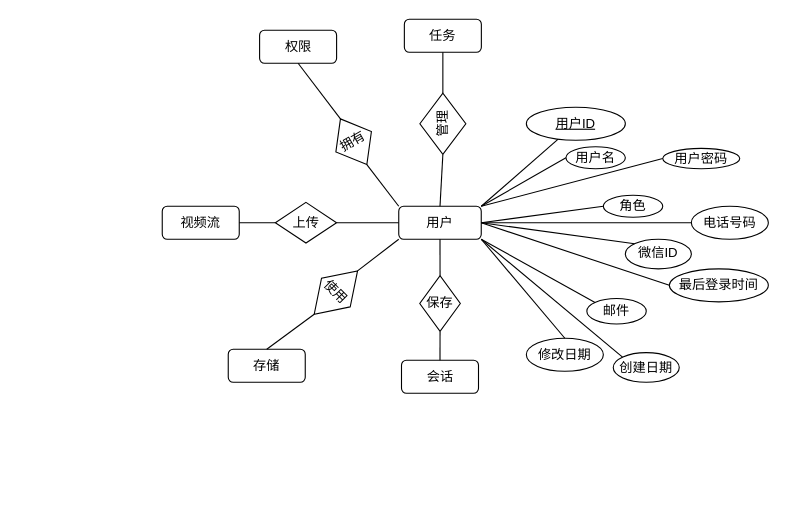
The draw.io diagram DrawIO_file/ER/用户表.drawio in DingDongZz/typera_PicGO, before the edit. Source tidied: cells renumbered, new cells numbered last; positions are measured from the earlier drawing's top-left corner, leaving out a move shared by most shapes. Both pictures are drawn from the tidied source at 110%, with x=0, y=0 at pixel (162, 19).
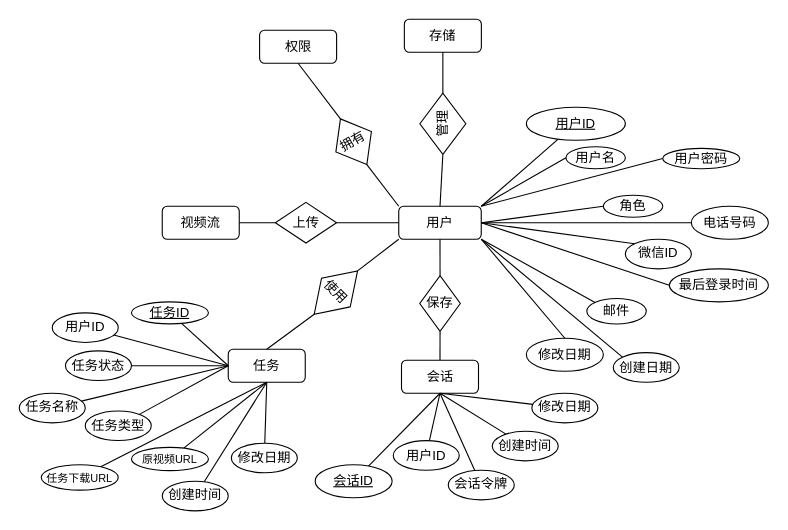
Above is the later version.

Commit message (it also covers changes not shown here):
更新用户表.drawio

Unchanged cells that the change refers to:
```xml
<mxCell id="22" value="会话" style="rounded=1;whiteSpace=wrap;html=1;strokeColor=default;align=center;verticalAlign=middle;fontFamily=Helvetica;fontSize=12;fontColor=default;fillColor=default;" parent="1" vertex="1">
  <mxGeometry x="217.5" y="310" width="70" height="30" as="geometry" />
</mxCell>
```

What changed in the source:
```diff
@@
-    <mxCell id="15" value="任务" style="rounded=1;whiteSpace=wrap;html=1;strokeColor=default;align=center;verticalAlign=middle;fontFamily=Helvetica;fontSize=12;fontColor=default;fillColor=default;" parent="1" vertex="1">
+    <mxCell id="15" value="存储" style="rounded=1;whiteSpace=wrap;html=1;strokeColor=default;align=center;verticalAlign=middle;fontFamily=Helvetica;fontSize=12;fontColor=default;fillColor=default;" parent="1" vertex="1">
       <mxGeometry x="220.1" width="70" height="30" as="geometry" />
     </mxCell>
-    <mxCell id="16" value="存储" style="rounded=1;whiteSpace=wrap;html=1;strokeColor=default;align=center;verticalAlign=middle;fontFamily=Helvetica;fontSize=12;fontColor=default;fillColor=default;" parent="1" vertex="1">
+    <mxCell id="16" value="任务" style="rounded=1;whiteSpace=wrap;html=1;strokeColor=default;align=center;verticalAlign=middle;fontFamily=Helvetica;fontSize=12;fontColor=default;fillColor=default;" parent="1" vertex="1">
       <mxGeometry x="60" y="300" width="70" height="30" as="geometry" />
     </mxCell>
@@
+    <mxCell id="43" style="rounded=0;jettySize=auto;html=1;entryX=0.5;entryY=1;entryDx=0;entryDy=0;endArrow=none;startFill=0;" parent="1" edge="1" source="44" target="22">
+      <mxGeometry relative="1" as="geometry" />
+    </mxCell>
+    <mxCell id="44" value="会话ID" style="ellipse;whiteSpace=wrap;html=1;fontStyle=4;" parent="1" vertex="1">
+      <mxGeometry x="139" y="405" width="70" height="30" as="geometry" />
+    </mxCell>
+    <mxCell id="45" style="edgeStyle=none;shape=connector;rounded=0;jettySize=auto;html=1;entryX=0.5;entryY=1;entryDx=0;entryDy=0;strokeColor=default;align=center;verticalAlign=middle;fontFamily=Helvetica;fontSize=11;fontColor=default;labelBackgroundColor=default;startFill=0;endArrow=none;" parent="1" edge="1" source="46" target="22">
+      <mxGeometry relative="1" as="geometry" />
+    </mxCell>
+    <mxCell id="46" value="用户ID" style="ellipse;whiteSpace=wrap;html=1;" parent="1" vertex="1">
+      <mxGeometry x="210" y="383.1" width="60" height="26.9" as="geometry" />
+    </mxCell>
+    <mxCell id="47" style="edgeStyle=none;shape=connector;rounded=0;jettySize=auto;html=1;entryX=0.5;entryY=1;entryDx=0;entryDy=0;strokeColor=default;align=center;verticalAlign=middle;fontFamily=Helvetica;fontSize=11;fontColor=default;labelBackgroundColor=default;startFill=0;endArrow=none;" parent="1" edge="1" source="48" target="22">
+      <mxGeometry relative="1" as="geometry" />
+    </mxCell>
+    <mxCell id="48" value="会话令牌" style="ellipse;whiteSpace=wrap;html=1;" parent="1" vertex="1">
+      <mxGeometry x="260" y="410" width="60" height="26.9" as="geometry" />
+    </mxCell>
+    <mxCell id="49" style="edgeStyle=none;shape=connector;rounded=0;jettySize=auto;html=1;entryX=0.5;entryY=1;entryDx=0;entryDy=0;strokeColor=default;align=center;verticalAlign=middle;fontFamily=Helvetica;fontSize=11;fontColor=default;labelBackgroundColor=default;startFill=0;endArrow=none;" parent="1" edge="1" source="50" target="22">
+      <mxGeometry relative="1" as="geometry" />
+    </mxCell>
+    <mxCell id="50" value="创建时间" style="ellipse;whiteSpace=wrap;html=1;" parent="1" vertex="1">
+      <mxGeometry x="300" y="374.6" width="60" height="26.9" as="geometry" />
+    </mxCell>
+    <mxCell id="51" style="edgeStyle=none;shape=connector;rounded=0;jettySize=auto;html=1;entryX=0.5;entryY=1;entryDx=0;entryDy=0;strokeColor=default;align=center;verticalAlign=middle;fontFamily=Helvetica;fontSize=11;fontColor=default;labelBackgroundColor=default;startFill=0;endArrow=none;" parent="1" edge="1" source="52" target="22">
+      <mxGeometry relative="1" as="geometry" />
+    </mxCell>
+    <mxCell id="52" value="修改日期" style="ellipse;whiteSpace=wrap;html=1;" parent="1" vertex="1">
+      <mxGeometry x="336" y="340" width="60" height="26.9" as="geometry" />
+    </mxCell>
+    <mxCell id="53" style="edgeStyle=none;shape=connector;rounded=0;jettySize=auto;html=1;strokeColor=default;align=center;verticalAlign=middle;fontFamily=Helvetica;fontSize=11;fontColor=default;labelBackgroundColor=default;startFill=0;endArrow=none;entryX=0;entryY=0.5;entryDx=0;entryDy=0;" parent="1" edge="1" source="54" target="16">
+      <mxGeometry relative="1" as="geometry" />
+    </mxCell>
+    <mxCell id="54" value="任务ID" style="ellipse;whiteSpace=wrap;html=1;fontStyle=4;" parent="1" vertex="1">
+      <mxGeometry x="-28" y="256.9" width="70" height="20" as="geometry" />
+    </mxCell>
+    <mxCell id="55" style="edgeStyle=none;shape=connector;rounded=0;jettySize=auto;html=1;entryX=0;entryY=0.5;entryDx=0;entryDy=0;strokeColor=default;align=center;verticalAlign=middle;fontFamily=Helvetica;fontSize=11;fontColor=default;labelBackgroundColor=default;startFill=0;endArrow=none;" parent="1" edge="1" source="56" target="16">
+      <mxGeometry relative="1" as="geometry" />
+    </mxCell>
+    <mxCell id="56" value="用户ID" style="ellipse;whiteSpace=wrap;html=1;" parent="1" vertex="1">
+      <mxGeometry x="-100" y="266.9" width="60" height="26.9" as="geometry" />
+    </mxCell>
+    <mxCell id="57" style="edgeStyle=none;shape=connector;rounded=0;jettySize=auto;html=1;entryX=0.5;entryY=1;entryDx=0;entryDy=0;strokeColor=default;align=center;verticalAlign=middle;fontFamily=Helvetica;fontSize=11;fontColor=default;labelBackgroundColor=default;startFill=0;endArrow=none;" parent="1" edge="1" source="58" target="16">
+      <mxGeometry relative="1" as="geometry" />
+    </mxCell>
+    <mxCell id="58" value="创建时间" style="ellipse;whiteSpace=wrap;html=1;" parent="1" vertex="1">
+      <mxGeometry y="420" width="60" height="26.9" as="geometry" />
+    </mxCell>
+    <mxCell id="59" style="edgeStyle=none;shape=connector;rounded=0;jettySize=auto;html=1;entryX=0.5;entryY=1;entryDx=0;entryDy=0;strokeColor=default;align=center;verticalAlign=middle;fontFamily=Helvetica;fontSize=11;fontColor=default;labelBackgroundColor=default;startFill=0;endArrow=none;" parent="1" edge="1" source="60" target="16">
+      <mxGeometry relative="1" as="geometry" />
+    </mxCell>
+    <mxCell id="60" value="任务下载URL" style="ellipse;whiteSpace=wrap;html=1;fontSize=10;" parent="1" vertex="1">
+      <mxGeometry x="-110" y="405" width="70" height="23.1" as="geometry" />
+    </mxCell>
+    <mxCell id="61" style="edgeStyle=none;shape=connector;rounded=0;jettySize=auto;html=1;entryX=0;entryY=0.5;entryDx=0;entryDy=0;strokeColor=default;align=center;verticalAlign=middle;fontFamily=Helvetica;fontSize=11;fontColor=default;labelBackgroundColor=default;startFill=0;endArrow=none;" parent="1" edge="1" source="62" target="16">
+      <mxGeometry relative="1" as="geometry" />
+    </mxCell>
+    <mxCell id="62" value="任务状态" style="ellipse;whiteSpace=wrap;html=1;" parent="1" vertex="1">
+      <mxGeometry x="-88" y="301.5" width="60" height="26.9" as="geometry" />
+    </mxCell>
+    <mxCell id="63" style="edgeStyle=none;shape=connector;rounded=0;jettySize=auto;html=1;entryX=0.5;entryY=1;entryDx=0;entryDy=0;strokeColor=default;align=center;verticalAlign=middle;fontFamily=Helvetica;fontSize=11;fontColor=default;labelBackgroundColor=default;startFill=0;endArrow=none;" parent="1" edge="1" source="64" target="16">
+      <mxGeometry relative="1" as="geometry" />
+    </mxCell>
+    <mxCell id="64" value="原视频URL" style="ellipse;whiteSpace=wrap;html=1;fontSize=10;" parent="1" vertex="1">
+      <mxGeometry x="-28" y="389.2" width="70" height="21.1" as="geometry" />
+    </mxCell>
+    <mxCell id="65" style="edgeStyle=none;shape=connector;rounded=0;jettySize=auto;html=1;entryX=0;entryY=0.5;entryDx=0;entryDy=0;strokeColor=default;align=center;verticalAlign=middle;fontFamily=Helvetica;fontSize=11;fontColor=default;labelBackgroundColor=default;startFill=0;endArrow=none;" parent="1" edge="1" source="66" target="16">
+      <mxGeometry relative="1" as="geometry" />
+    </mxCell>
+    <mxCell id="66" value="任务类型" style="ellipse;whiteSpace=wrap;html=1;" parent="1" vertex="1">
+      <mxGeometry x="-70" y="356.1" width="60" height="26.9" as="geometry" />
+    </mxCell>
+    <mxCell id="67" style="edgeStyle=none;shape=connector;rounded=0;jettySize=auto;html=1;entryX=0;entryY=0.5;entryDx=0;entryDy=0;strokeColor=default;align=center;verticalAlign=middle;fontFamily=Helvetica;fontSize=11;fontColor=default;labelBackgroundColor=default;startFill=0;endArrow=none;" parent="1" edge="1" source="68" target="16">
+      <mxGeometry relative="1" as="geometry" />
+    </mxCell>
+    <mxCell id="68" value="任务名称" style="ellipse;whiteSpace=wrap;html=1;" parent="1" vertex="1">
+      <mxGeometry x="-130" y="340" width="60" height="26.9" as="geometry" />
+    </mxCell>
+    <mxCell id="69" style="edgeStyle=none;shape=connector;rounded=0;jettySize=auto;html=1;entryX=0.5;entryY=1;entryDx=0;entryDy=0;strokeColor=default;align=center;verticalAlign=middle;fontFamily=Helvetica;fontSize=11;fontColor=default;labelBackgroundColor=default;startFill=0;endArrow=none;" parent="1" edge="1" source="70" target="16">
+      <mxGeometry relative="1" as="geometry" />
+    </mxCell>
+    <mxCell id="70" value="修改日期" style="ellipse;whiteSpace=wrap;html=1;" parent="1" vertex="1">
+      <mxGeometry x="62.8" y="385.4" width="60" height="26.9" as="geometry" />
+    </mxCell>
```
